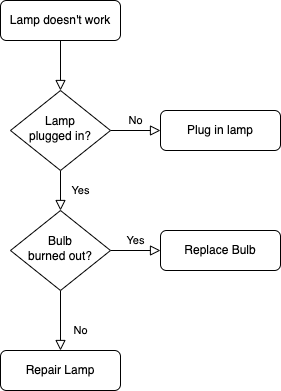
Earlier version of the draw.io export 지점등록.drawio.png (euljiro-team/flow_chart). Source tidied: cells renumbered, new cells last; positions are measured from the earlier drawing's top-left corner, leaving out a move shared by most shapes. The source it was exported from:
```xml
<mxGraphModel>
  <root>
    <mxCell id="0" />
    <mxCell id="1" parent="0" />
    <mxCell id="2" style="rounded=0;html=1;jettySize=auto;fontSize=11;endArrow=block;endFill=0;endSize=8;strokeWidth=1;shadow=0;labelBackgroundColor=none;edgeStyle=orthogonalEdgeStyle;" parent="1" edge="1" source="3" target="6">
      <mxGeometry relative="1" as="geometry" />
    </mxCell>
    <mxCell id="3" value="Lamp doesn't work" style="rounded=1;whiteSpace=wrap;html=1;fontSize=12;glass=0;strokeWidth=1;shadow=0;" parent="1" vertex="1">
      <mxGeometry width="120" height="40" as="geometry" />
    </mxCell>
    <mxCell id="4" value="Yes" style="rounded=0;html=1;jettySize=auto;fontSize=11;endArrow=block;endFill=0;endSize=8;strokeWidth=1;shadow=0;labelBackgroundColor=none;edgeStyle=orthogonalEdgeStyle;" parent="1" edge="1" source="6" target="10">
      <mxGeometry y="20" relative="1" as="geometry" />
    </mxCell>
    <mxCell id="5" value="No" style="edgeStyle=orthogonalEdgeStyle;rounded=0;html=1;jettySize=auto;fontSize=11;endArrow=block;endFill=0;endSize=8;strokeWidth=1;shadow=0;labelBackgroundColor=none;" parent="1" edge="1" source="6" target="7">
      <mxGeometry y="10" relative="1" as="geometry" />
    </mxCell>
    <mxCell id="6" value="Lamp&lt;br&gt;plugged in?" style="rhombus;whiteSpace=wrap;html=1;shadow=0;fontFamily=Helvetica;fontSize=12;align=center;strokeWidth=1;spacing=6;spacingTop=-4;" parent="1" vertex="1">
      <mxGeometry x="10" y="90" width="100" height="80" as="geometry" />
    </mxCell>
    <mxCell id="7" value="Plug in lamp" style="rounded=1;whiteSpace=wrap;html=1;fontSize=12;glass=0;strokeWidth=1;shadow=0;" parent="1" vertex="1">
      <mxGeometry x="160" y="110" width="120" height="40" as="geometry" />
    </mxCell>
    <mxCell id="8" value="No" style="rounded=0;html=1;jettySize=auto;fontSize=11;endArrow=block;endFill=0;endSize=8;strokeWidth=1;shadow=0;labelBackgroundColor=none;edgeStyle=orthogonalEdgeStyle;" parent="1" edge="1" source="10" target="11">
      <mxGeometry x="0.33" y="20" relative="1" as="geometry" />
    </mxCell>
    <mxCell id="9" value="Yes" style="edgeStyle=orthogonalEdgeStyle;rounded=0;html=1;jettySize=auto;fontSize=11;endArrow=block;endFill=0;endSize=8;strokeWidth=1;shadow=0;labelBackgroundColor=none;" parent="1" edge="1" source="10" target="12">
      <mxGeometry y="10" relative="1" as="geometry" />
    </mxCell>
    <mxCell id="10" value="Bulb&lt;br&gt;burned out?" style="rhombus;whiteSpace=wrap;html=1;shadow=0;fontFamily=Helvetica;fontSize=12;align=center;strokeWidth=1;spacing=6;spacingTop=-4;" parent="1" vertex="1">
      <mxGeometry x="10" y="210" width="100" height="80" as="geometry" />
    </mxCell>
    <mxCell id="11" value="Repair Lamp" style="rounded=1;whiteSpace=wrap;html=1;fontSize=12;glass=0;strokeWidth=1;shadow=0;" parent="1" vertex="1">
      <mxGeometry y="350" width="120" height="40" as="geometry" />
    </mxCell>
    <mxCell id="12" value="Replace Bulb" style="rounded=1;whiteSpace=wrap;html=1;fontSize=12;glass=0;strokeWidth=1;shadow=0;" parent="1" vertex="1">
      <mxGeometry x="160" y="230" width="120" height="40" as="geometry" />
    </mxCell>
  </root>
</mxGraphModel>
```
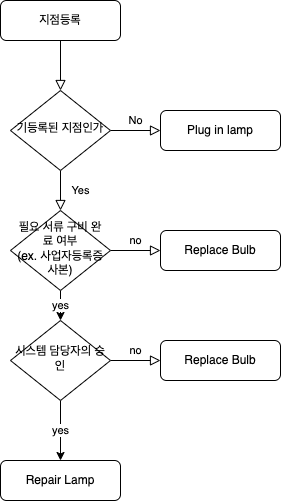
The same diagram one commit later.

Change to the diagram source:
```diff
@@ -5,7 +5,7 @@
     <mxCell id="2" style="rounded=0;html=1;jettySize=auto;fontSize=11;endArrow=block;endFill=0;endSize=8;strokeWidth=1;shadow=0;labelBackgroundColor=none;edgeStyle=orthogonalEdgeStyle;" parent="1" edge="1" source="3" target="6">
       <mxGeometry relative="1" as="geometry" />
     </mxCell>
-    <mxCell id="3" value="Lamp doesn't work" style="rounded=1;whiteSpace=wrap;html=1;fontSize=12;glass=0;strokeWidth=1;shadow=0;" parent="1" vertex="1">
+    <mxCell id="3" value="지점등록" style="rounded=1;whiteSpace=wrap;html=1;fontSize=12;glass=0;strokeWidth=1;shadow=0;" parent="1" vertex="1">
       <mxGeometry width="120" height="40" as="geometry" />
     </mxCell>
     <mxCell id="4" value="Yes" style="rounded=0;html=1;jettySize=auto;fontSize=11;endArrow=block;endFill=0;endSize=8;strokeWidth=1;shadow=0;labelBackgroundColor=none;edgeStyle=orthogonalEdgeStyle;" parent="1" edge="1" source="6" target="10">
@@ -14,26 +14,38 @@
     <mxCell id="5" value="No" style="edgeStyle=orthogonalEdgeStyle;rounded=0;html=1;jettySize=auto;fontSize=11;endArrow=block;endFill=0;endSize=8;strokeWidth=1;shadow=0;labelBackgroundColor=none;" parent="1" edge="1" source="6" target="7">
       <mxGeometry y="10" relative="1" as="geometry" />
     </mxCell>
-    <mxCell id="6" value="Lamp&lt;br&gt;plugged in?" style="rhombus;whiteSpace=wrap;html=1;shadow=0;fontFamily=Helvetica;fontSize=12;align=center;strokeWidth=1;spacing=6;spacingTop=-4;" parent="1" vertex="1">
+    <mxCell id="6" value="기등록된 지점인가" style="rhombus;whiteSpace=wrap;html=1;shadow=0;fontFamily=Helvetica;fontSize=12;align=center;strokeWidth=1;spacing=6;spacingTop=-4;" parent="1" vertex="1">
       <mxGeometry x="10" y="90" width="100" height="80" as="geometry" />
     </mxCell>
     <mxCell id="7" value="Plug in lamp" style="rounded=1;whiteSpace=wrap;html=1;fontSize=12;glass=0;strokeWidth=1;shadow=0;" parent="1" vertex="1">
       <mxGeometry x="160" y="110" width="120" height="40" as="geometry" />
     </mxCell>
-    <mxCell id="8" value="No" style="rounded=0;html=1;jettySize=auto;fontSize=11;endArrow=block;endFill=0;endSize=8;strokeWidth=1;shadow=0;labelBackgroundColor=none;edgeStyle=orthogonalEdgeStyle;" parent="1" edge="1" source="10" target="11">
-      <mxGeometry x="0.33" y="20" relative="1" as="geometry" />
-    </mxCell>
-    <mxCell id="9" value="Yes" style="edgeStyle=orthogonalEdgeStyle;rounded=0;html=1;jettySize=auto;fontSize=11;endArrow=block;endFill=0;endSize=8;strokeWidth=1;shadow=0;labelBackgroundColor=none;" parent="1" edge="1" source="10" target="12">
+    <mxCell id="9" value="no" style="edgeStyle=orthogonalEdgeStyle;rounded=0;html=1;jettySize=auto;fontSize=11;endArrow=block;endFill=0;endSize=8;strokeWidth=1;shadow=0;labelBackgroundColor=none;" parent="1" edge="1" source="10" target="12">
       <mxGeometry y="10" relative="1" as="geometry" />
     </mxCell>
+    <mxCell id="13" value="yes" style="edgeStyle=orthogonalEdgeStyle;rounded=0;jettySize=auto;html=1;exitX=0.5;exitY=1;exitDx=0;exitDy=0;entryX=0.5;entryY=0;entryDx=0;entryDy=0;" parent="1" edge="1" source="10" target="16">
+      <mxGeometry relative="1" as="geometry" />
+    </mxCell>
-    <mxCell id="10" value="Bulb&lt;br&gt;burned out?" style="rhombus;whiteSpace=wrap;html=1;shadow=0;fontFamily=Helvetica;fontSize=12;align=center;strokeWidth=1;spacing=6;spacingTop=-4;" parent="1" vertex="1">
+    <mxCell id="10" value="필요 서류 구비 완료 여부&lt;br&gt;(ex. 사업자등록증 사본)" style="rhombus;whiteSpace=wrap;html=1;shadow=0;fontFamily=Helvetica;fontSize=12;align=center;strokeWidth=1;spacing=6;spacingTop=-4;" parent="1" vertex="1">
       <mxGeometry x="10" y="210" width="100" height="80" as="geometry" />
     </mxCell>
     <mxCell id="11" value="Repair Lamp" style="rounded=1;whiteSpace=wrap;html=1;fontSize=12;glass=0;strokeWidth=1;shadow=0;" parent="1" vertex="1">
-      <mxGeometry y="350" width="120" height="40" as="geometry" />
+      <mxGeometry y="460" width="120" height="40" as="geometry" />
     </mxCell>
     <mxCell id="12" value="Replace Bulb" style="rounded=1;whiteSpace=wrap;html=1;fontSize=12;glass=0;strokeWidth=1;shadow=0;" parent="1" vertex="1">
       <mxGeometry x="160" y="230" width="120" height="40" as="geometry" />
     </mxCell>
+    <mxCell id="14" value="no" style="edgeStyle=orthogonalEdgeStyle;rounded=0;html=1;jettySize=auto;fontSize=11;endArrow=block;endFill=0;endSize=8;strokeWidth=1;shadow=0;labelBackgroundColor=none;" parent="1" edge="1" source="16" target="17">
+      <mxGeometry y="10" relative="1" as="geometry" />
+    </mxCell>
+    <mxCell id="15" value="yes" style="edgeStyle=orthogonalEdgeStyle;rounded=0;jettySize=auto;html=1;" parent="1" edge="1" source="16" target="11">
+      <mxGeometry relative="1" as="geometry" />
+    </mxCell>
+    <mxCell id="16" value="시스템 담당자의 승인" style="rhombus;whiteSpace=wrap;html=1;shadow=0;fontFamily=Helvetica;fontSize=12;align=center;strokeWidth=1;spacing=6;spacingTop=-4;" parent="1" vertex="1">
+      <mxGeometry x="10" y="320" width="100" height="80" as="geometry" />
+    </mxCell>
+    <mxCell id="17" value="Replace Bulb" style="rounded=1;whiteSpace=wrap;html=1;fontSize=12;glass=0;strokeWidth=1;shadow=0;" parent="1" vertex="1">
+      <mxGeometry x="160" y="340" width="120" height="40" as="geometry" />
+    </mxCell>
   </root>
 </mxGraphModel>
```
